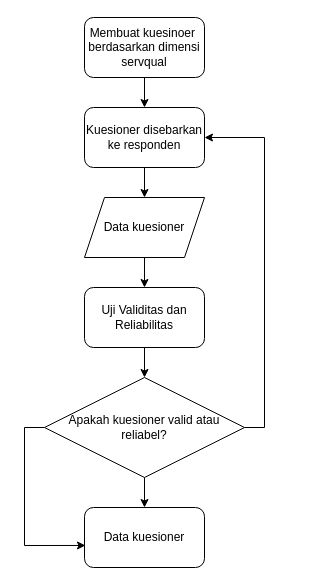
ndairnanda/latihan4 keeps this draw.io diagram as Diagram Tanpa Judul.drawio. Above is the earlier version. Source tidied: cells renumbered, new cells numbered last; positions are measured from the earlier drawing's top-left corner, leaving out a move shared by most shapes. Both pictures are drawn from the tidied source at 100%, with x=0, y=0 at pixel (44, 17).
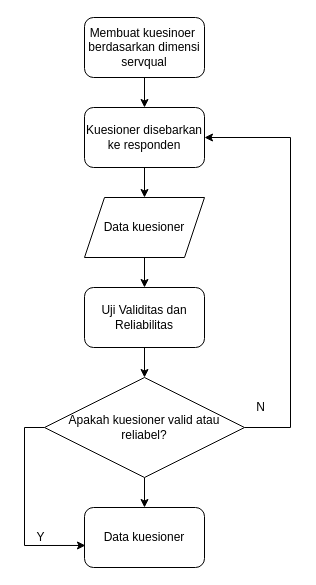
Above is the later version.

What changed in the source:
```diff
@@
 <mxGraphModel>
   <root>
     <mxCell id="0" />
     <mxCell id="1" parent="0" />
     <mxCell id="2" style="edgeStyle=orthogonalEdgeStyle;rounded=0;jettySize=auto;html=1;entryX=0.5;entryY=0;entryDx=0;entryDy=0;" parent="1" edge="1" source="3" target="7">
       <mxGeometry relative="1" as="geometry" />
     </mxCell>
     <mxCell id="3" value="Membuat kuesinoer&amp;nbsp;&lt;br&gt;berdasarkan dimensi&lt;br&gt;servqual" style="rounded=1;whiteSpace=wrap;html=1;" parent="1" vertex="1">
       <mxGeometry x="40" width="120" height="60" as="geometry" />
     </mxCell>
     <mxCell id="4" style="edgeStyle=orthogonalEdgeStyle;rounded=0;jettySize=auto;html=1;" parent="1" edge="1" source="5" target="9">
       <mxGeometry relative="1" as="geometry" />
     </mxCell>
     <mxCell id="5" value="Data kuesioner" style="shape=parallelogram;perimeter=parallelogramPerimeter;whiteSpace=wrap;html=1;fixedSize=1;" parent="1" vertex="1">
       <mxGeometry x="40" y="180" width="120" height="60" as="geometry" />
     </mxCell>
     <mxCell id="6" style="edgeStyle=orthogonalEdgeStyle;rounded=0;jettySize=auto;html=1;exitX=0.5;exitY=1;exitDx=0;exitDy=0;" parent="1" edge="1" source="7" target="5">
       <mxGeometry relative="1" as="geometry" />
     </mxCell>
     <mxCell id="7" value="Kuesioner disebarkan ke responden" style="rounded=1;whiteSpace=wrap;html=1;" parent="1" vertex="1">
       <mxGeometry x="40" y="90" width="120" height="60" as="geometry" />
     </mxCell>
     <mxCell id="8" style="edgeStyle=orthogonalEdgeStyle;rounded=0;jettySize=auto;html=1;entryX=0.5;entryY=0;entryDx=0;entryDy=0;" parent="1" edge="1" source="9" target="13">
       <mxGeometry relative="1" as="geometry" />
     </mxCell>
     <mxCell id="9" value="Uji Validitas dan Reliabilitas" style="rounded=1;whiteSpace=wrap;html=1;" parent="1" vertex="1">
       <mxGeometry x="40" y="270" width="120" height="60" as="geometry" />
     </mxCell>
     <mxCell id="10" style="edgeStyle=orthogonalEdgeStyle;rounded=0;jettySize=auto;html=1;exitX=0.5;exitY=1;exitDx=0;exitDy=0;entryX=0.5;entryY=0;entryDx=0;entryDy=0;" parent="1" edge="1" source="13" target="14">
       <mxGeometry relative="1" as="geometry" />
     </mxCell>
     <mxCell id="11" style="edgeStyle=orthogonalEdgeStyle;rounded=0;jettySize=auto;html=1;exitX=1;exitY=0.5;exitDx=0;exitDy=0;entryX=1;entryY=0.5;entryDx=0;entryDy=0;" parent="1" edge="1" source="13" target="7">
-      <mxGeometry relative="1" as="geometry" />
+      <mxGeometry relative="1" as="geometry">
+        <Array as="points">
+          <mxPoint x="246" y="410" />
+          <mxPoint x="246" y="120" />
+        </Array>
+      </mxGeometry>
     </mxCell>
     <mxCell id="12" style="edgeStyle=orthogonalEdgeStyle;rounded=0;jettySize=auto;html=1;exitX=0;exitY=0.5;exitDx=0;exitDy=0;entryX=0.008;entryY=0.633;entryDx=0;entryDy=0;entryPerimeter=0;" parent="1" edge="1" source="13" target="14">
       <mxGeometry relative="1" as="geometry" />
     </mxCell>
     <mxCell id="13" value="Apakah kuesioner valid atau reliabel?" style="rhombus;whiteSpace=wrap;html=1;" parent="1" vertex="1">
       <mxGeometry y="360" width="200" height="100" as="geometry" />
     </mxCell>
     <mxCell id="14" value="Data kuesioner" style="rounded=1;whiteSpace=wrap;html=1;" parent="1" vertex="1">
       <mxGeometry x="40" y="490" width="120" height="60" as="geometry" />
     </mxCell>
+    <mxCell id="15" value="N" style="text;html=1;align=center;verticalAlign=middle;strokeColor=none;fillColor=none;" parent="1" vertex="1">
+      <mxGeometry x="201" y="375" width="30" height="30" as="geometry" />
+    </mxCell>
+    <mxCell id="16" value="Y" style="text;html=1;align=center;verticalAlign=middle;strokeColor=none;fillColor=none;" parent="1" vertex="1">
+      <mxGeometry x="-19" y="505" width="30" height="30" as="geometry" />
+    </mxCell>
   </root>
 </mxGraphModel>
```
